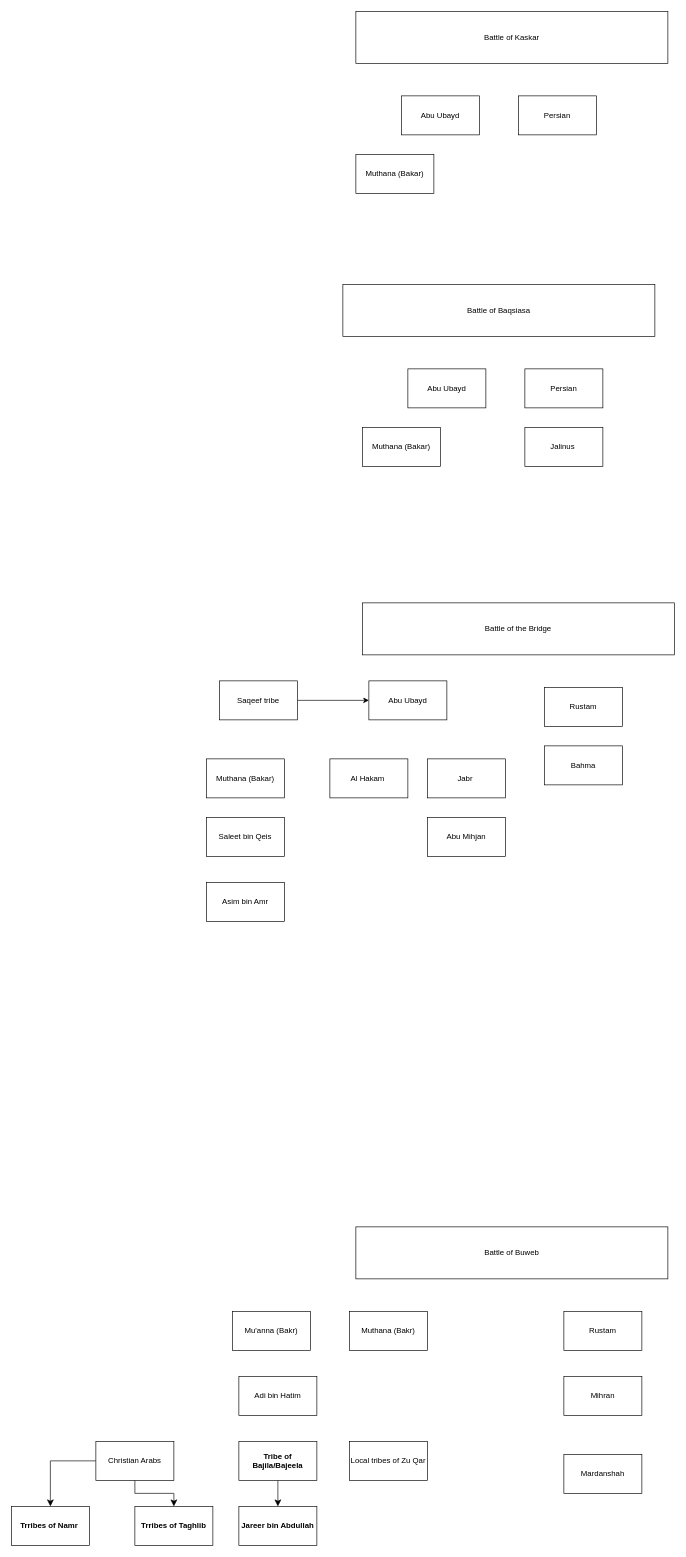
Earlier version of the draw.io diagram page "Umar" (3 of 51) of Islam Groupings.drawio (azryzdy/hobbies). Source tidied: cells renumbered, new cells numbered last; positions are measured from the earlier drawing's top-left corner, leaving out a move shared by most shapes. Both pictures are drawn from the tidied source at 65%, with x=0, y=0 at pixel (11, 11).
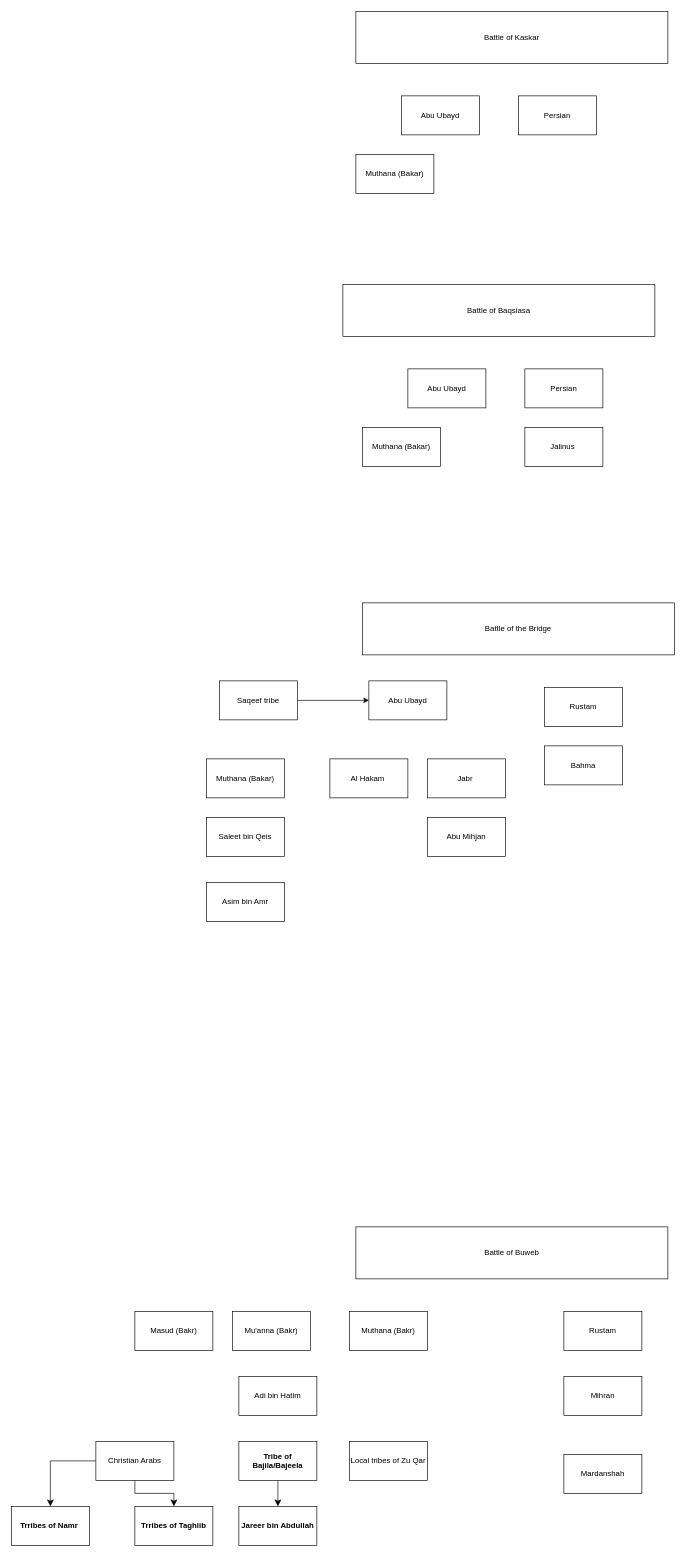
The same page after the edit.

Change to the diagram source:
```diff
@@
+    <mxCell id="39" value="Masud (Bakr)" style="rounded=0;whiteSpace=wrap;html=1;" parent="1" vertex="1">
+      <mxGeometry x="190" y="2000" width="120" height="60" as="geometry" />
+    </mxCell>
```
